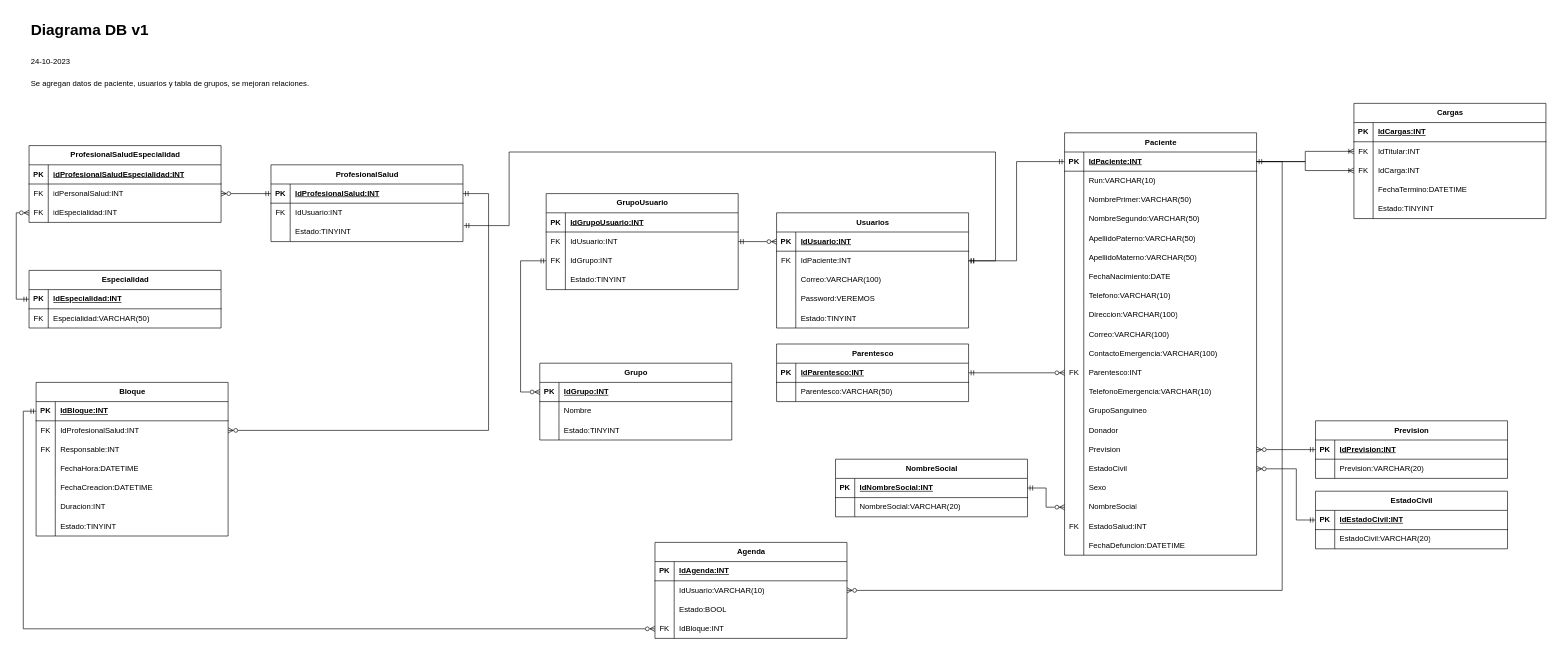
Before: DiagramaDB.drawio in JonaNomas/his-diagram, a draw.io diagram. Source tidied: cells renumbered, new cells numbered last; positions are measured from the earlier drawing's top-left corner, leaving out a move shared by most shapes. Both pictures are drawn from the tidied source at 64%, with x=0, y=0 at pixel (28, 17).
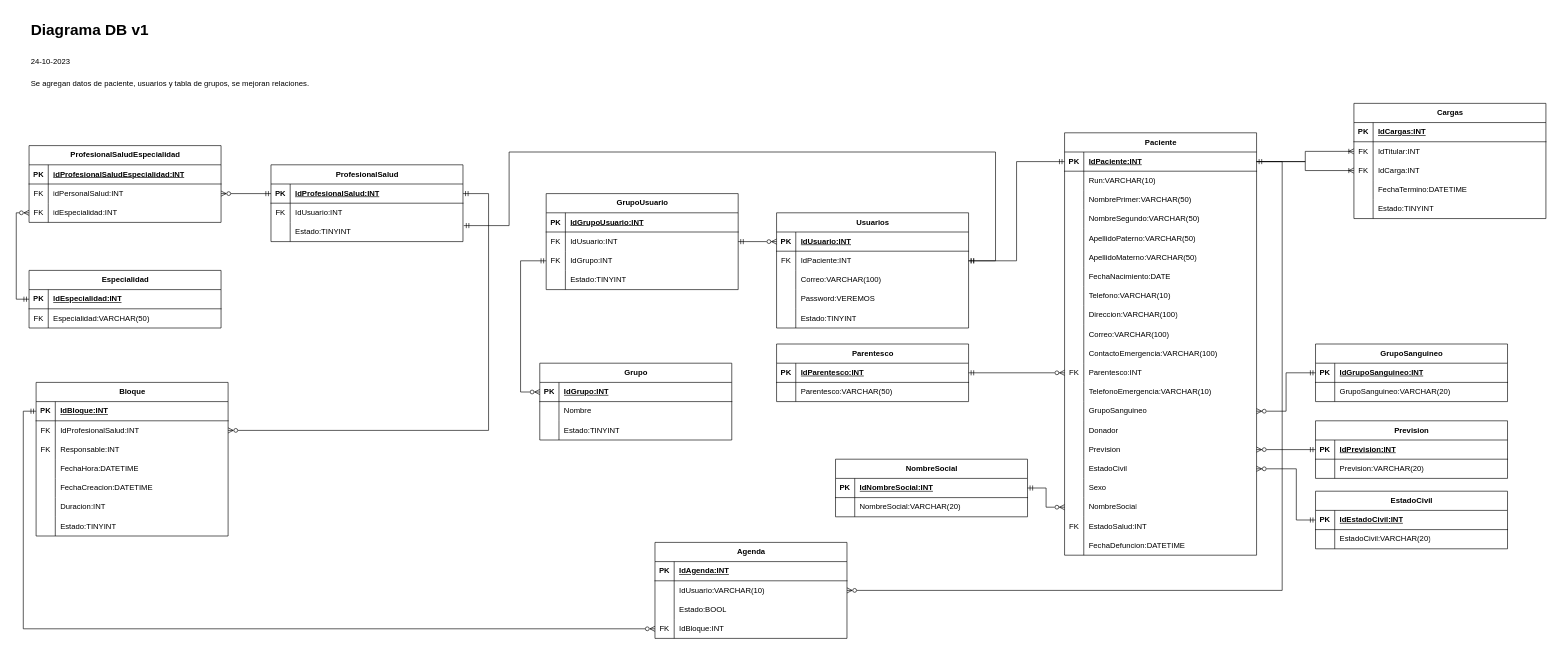
Above is the later version.

Commit message:
Se agrega tabla GrupoSanguinep

The change refers to these unchanged cells:
```xml
<mxCell id="42" style="shape=tableRow;horizontal=0;startSize=0;swimlaneHead=0;swimlaneBody=0;fillColor=none;points=[[0,0.5],[1,0.5]];portConstraint=eastwest;top=0;left=0;right=0;bottom=0;" parent="2" vertex="1">
  <mxGeometry y="420" width="300" height="30" as="geometry" />
</mxCell>
```

Change to the diagram source:
```diff
@@
+    <mxCell id="228" value="GrupoSanguineo" style="shape=table;startSize=30;childLayout=tableLayout;rowLines=0;fontStyle=1;align=center;html=1;" parent="1" vertex="1">
+      <mxGeometry x="2012" y="510" width="300" height="90" as="geometry" />
+    </mxCell>
+    <mxCell id="229" style="shape=tableRow;horizontal=0;startSize=0;swimlaneHead=0;swimlaneBody=0;fillColor=none;points=[[0,0.5],[1,0.5]];portConstraint=eastwest;top=0;left=0;right=0;bottom=1;" parent="228" vertex="1">
+      <mxGeometry y="30" width="300" height="30" as="geometry" />
+    </mxCell>
+    <mxCell id="230" value="PK" style="shape=partialRectangle;fillColor=none;top=0;left=0;bottom=0;right=0;fontStyle=1;overflow=hidden;whiteSpace=wrap;html=1;" parent="229" vertex="1">
+      <mxGeometry width="30" height="30" as="geometry" />
+    </mxCell>
+    <mxCell id="231" value="IdGrupoSanguineo:INT" style="shape=partialRectangle;fillColor=none;top=0;left=0;bottom=0;right=0;align=left;spacingLeft=6;fontStyle=5;overflow=hidden;whiteSpace=wrap;html=1;" parent="229" vertex="1">
+      <mxGeometry x="30" width="270" height="30" as="geometry" />
+    </mxCell>
+    <mxCell id="232" style="shape=tableRow;horizontal=0;startSize=0;swimlaneHead=0;swimlaneBody=0;fillColor=none;top=0;left=0;right=0;bottom=0;" parent="228" vertex="1">
+      <mxGeometry y="60" width="300" height="30" as="geometry" />
+    </mxCell>
+    <mxCell id="233" style="shape=partialRectangle;fillColor=none;top=0;left=0;bottom=0;right=0;overflow=hidden;whiteSpace=wrap;html=1;" parent="232" vertex="1">
+      <mxGeometry width="30" height="30" as="geometry" />
+    </mxCell>
+    <mxCell id="234" value="GrupoSanguineo:VARCHAR(20)" style="shape=partialRectangle;fillColor=none;top=0;left=0;bottom=0;right=0;align=left;spacingLeft=6;overflow=hidden;whiteSpace=wrap;html=1;" parent="232" vertex="1">
+      <mxGeometry x="30" width="270" height="30" as="geometry" />
+    </mxCell>
+    <mxCell id="235" style="edgeStyle=orthogonalEdgeStyle;rounded=0;jettySize=auto;html=1;entryX=0;entryY=0.5;entryDx=0;entryDy=0;startArrow=ERzeroToMany;startFill=0;endArrow=ERmandOne;endFill=0;" parent="1" edge="1" source="42" target="229">
+      <mxGeometry relative="1" as="geometry" />
+    </mxCell>
```
